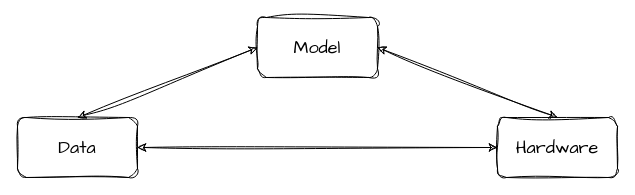
This is page "6overview" (7 of 7) of prez/lectures/1_Foundation/assets/Foundation.drawio from kross11480/AIA, a draw.io file, before an edit. Source tidied: cells renumbered, new cells numbered last; positions are measured from the earlier drawing's top-left corner, leaving out a move shared by most shapes. Both pictures are drawn from the tidied source at 100%, with x=0, y=0 at pixel (17, 17).
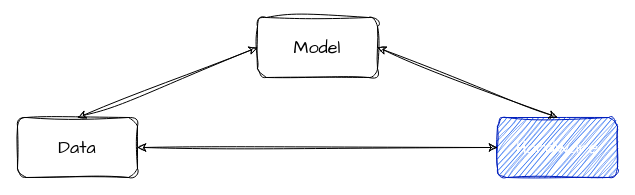
After the change.

Change to the diagram source:
```diff
@@
 <mxGraphModel>
   <root>
     <mxCell id="0" />
     <mxCell id="1" parent="0" />
     <mxCell id="2" value="&lt;font style=&quot;font-size: 18px;&quot;&gt;Model&lt;/font&gt;" style="rounded=1;whiteSpace=wrap;html=1;sketch=1;hachureGap=4;jiggle=2;curveFitting=1;fontFamily=Architects Daughter;" parent="1" vertex="1">
       <mxGeometry x="240" width="120" height="60" as="geometry" />
     </mxCell>
-    <mxCell id="3" value="&lt;font style=&quot;font-size: 18px;&quot;&gt;Hardware&lt;/font&gt;" style="rounded=1;whiteSpace=wrap;html=1;sketch=1;hachureGap=4;jiggle=2;curveFitting=1;fontFamily=Architects Daughter;fillColor=light-dark(#FFFFFF,#006633);" parent="1" vertex="1">
+    <mxCell id="3" value="&lt;font style=&quot;font-size: 18px;&quot;&gt;Hardware&lt;/font&gt;" style="rounded=1;whiteSpace=wrap;html=1;sketch=1;hachureGap=4;jiggle=2;curveFitting=1;fontFamily=Architects Daughter;fillColor=#0050ef;fontColor=#ffffff;strokeColor=#001DBC;" parent="1" vertex="1">
       <mxGeometry x="480" y="100" width="120" height="60" as="geometry" />
     </mxCell>
     <mxCell id="4" value="&lt;font style=&quot;font-size: 18px;&quot;&gt;Data&lt;/font&gt;" style="rounded=1;whiteSpace=wrap;html=1;sketch=1;hachureGap=4;jiggle=2;curveFitting=1;fontFamily=Architects Daughter;" parent="1" vertex="1">
       <mxGeometry y="100" width="120" height="60" as="geometry" />
     </mxCell>
     <mxCell id="5" style="endArrow=classic;startArrow=classic;html=1;rounded=0;sketch=1;hachureGap=4;jiggle=2;curveFitting=1;fontFamily=Architects Daughter;exitX=1;exitY=0.5;exitDx=0;exitDy=0;entryX=0;entryY=0.5;entryDx=0;entryDy=0;" parent="1" edge="1" source="4" target="3">
       <mxGeometry relative="1" as="geometry" />
     </mxCell>
     <mxCell id="6" style="endArrow=classic;startArrow=classic;html=1;rounded=0;sketch=1;hachureGap=4;jiggle=2;curveFitting=1;fontFamily=Architects Daughter;exitX=0.5;exitY=0;exitDx=0;exitDy=0;entryX=0;entryY=0.5;entryDx=0;entryDy=0;" parent="1" edge="1" source="4" target="2">
       <mxGeometry relative="1" as="geometry" />
     </mxCell>
     <mxCell id="7" style="endArrow=classic;startArrow=classic;html=1;rounded=0;sketch=1;hachureGap=4;jiggle=2;curveFitting=1;fontFamily=Architects Daughter;entryX=1;entryY=0.5;entryDx=0;entryDy=0;exitX=0.5;exitY=0;exitDx=0;exitDy=0;" parent="1" edge="1" source="3" target="2">
       <mxGeometry relative="1" as="geometry" />
     </mxCell>
   </root>
 </mxGraphModel>
```
